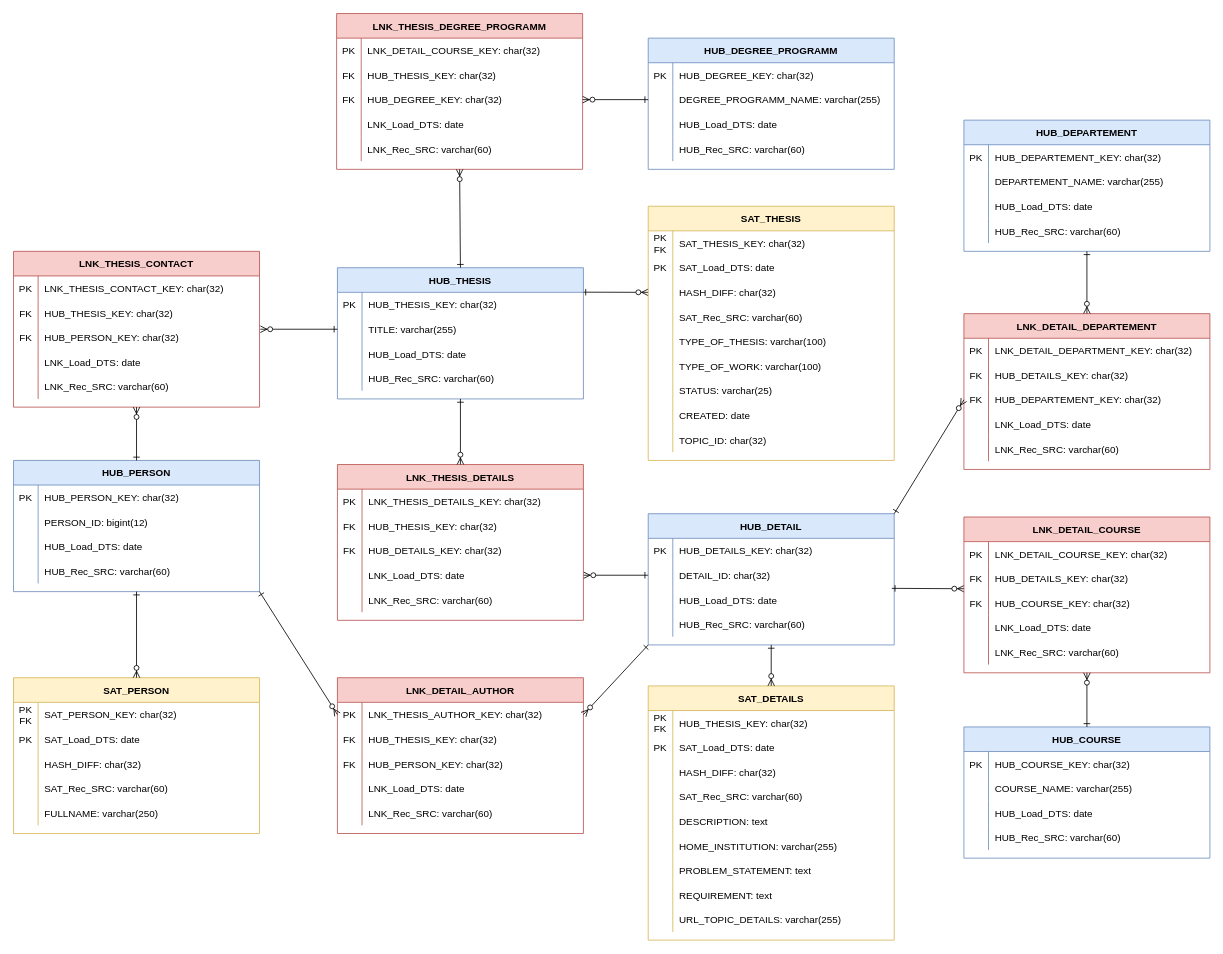
Earlier version of the draw.io diagram model/data_vault.drawio (sekrupke/bi-mini-project-p02). Source tidied: cells renumbered, new cells numbered last; positions are measured from the earlier drawing's top-left corner, leaving out a move shared by most shapes. Both pictures are drawn from the tidied source at 82%, with x=0, y=0 at pixel (13, 13).
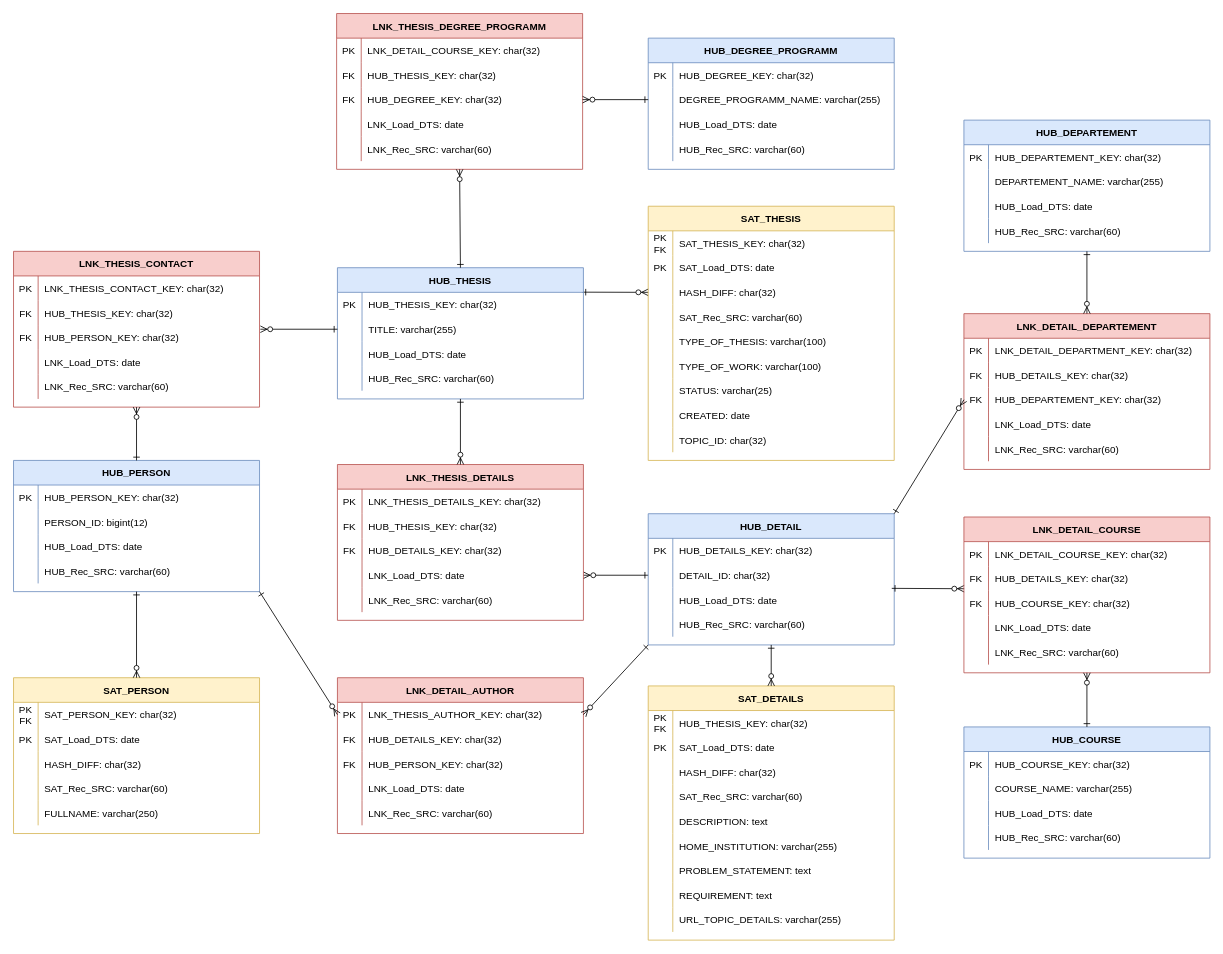
After the change.

Commit message (it also covers changes not shown here):
Fix Data Vault column name error, add person id generator

The change refers to these unchanged cells:
```xml
<mxCell id="139" style="shape=partialRectangle;fillColor=none;top=0;left=0;right=0;bottom=0;" parent="135" vertex="1">
  <mxGeometry y="60" width="300" height="30" as="geometry" />
</mxCell>
```

Change to the diagram source:
```diff
@@
-    <mxCell id="141" value="HUB_THESIS_KEY: char(32)" style="shape=partialRectangle;overflow=hidden;fillColor=none;top=0;left=0;bottom=0;right=0;align=left;spacingLeft=6;" parent="139" vertex="1">
+    <mxCell id="141" value="HUB_DETAILS_KEY: char(32)" style="shape=partialRectangle;overflow=hidden;fillColor=none;top=0;left=0;bottom=0;right=0;align=left;spacingLeft=6;" parent="139" vertex="1">
       <mxGeometry x="30" width="270" height="30" as="geometry" />
     </mxCell>
```
